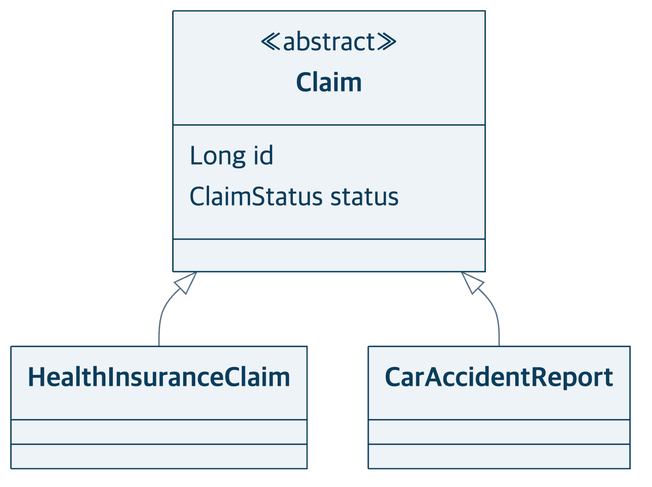
Before: docs/presentation/diagrams/clusters/claim-code.png, a diagram exported from Mermaid (heyoonyoon/distributed-programming). Its source is kept beside it as docs/presentation/diagrams/clusters/claim-code.mmd. Its diagram source:
```mermaid
classDiagram
direction TB
class Claim {
  <<abstract>>
  Long id
  ClaimStatus status
}
class HealthInsuranceClaim
class CarAccidentReport
Claim <|-- HealthInsuranceClaim
Claim <|-- CarAccidentReport
```
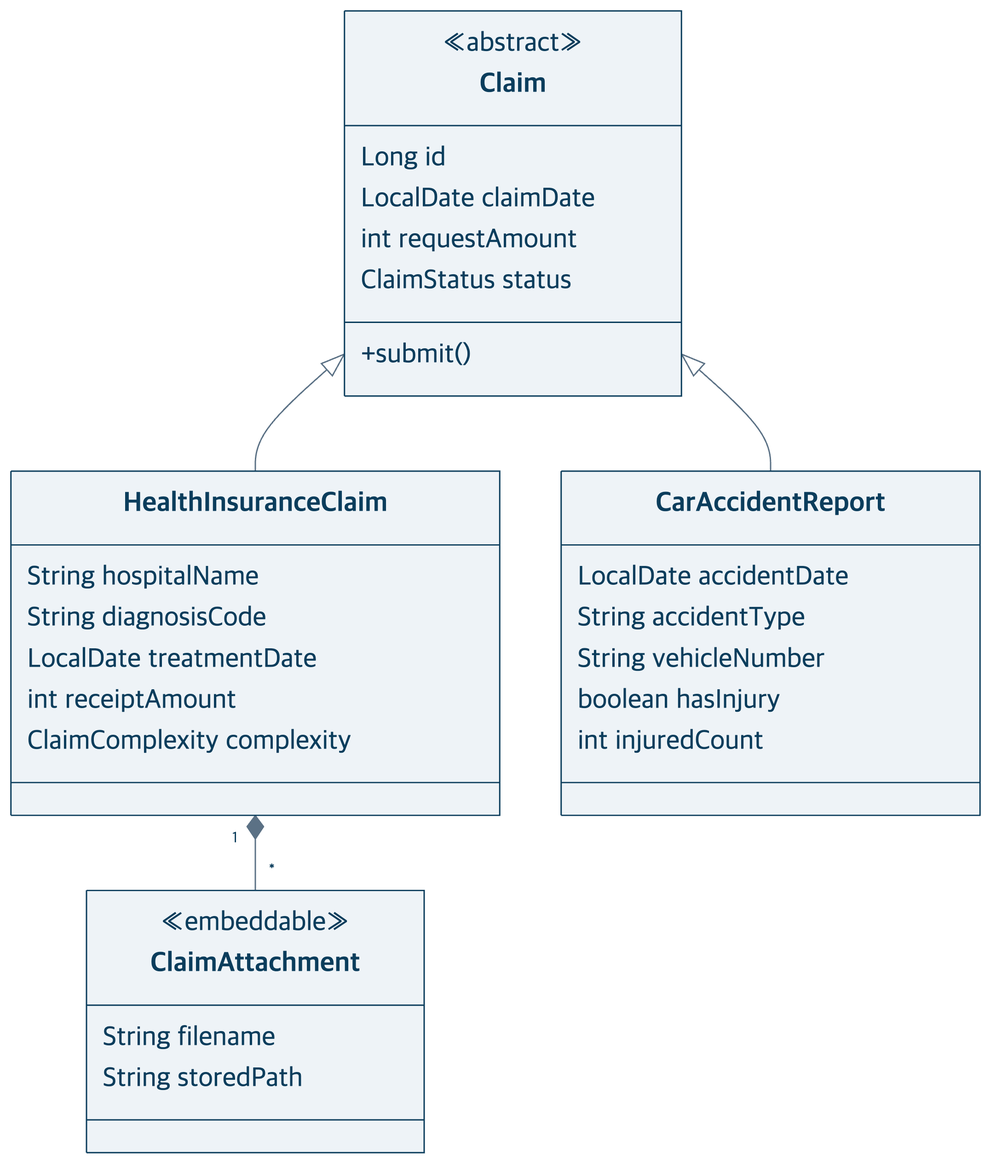
After the change.

Change to the diagram source:
```diff
@@ -3,9 +3,30 @@
 class Claim {
   <<abstract>>
   Long id
+  LocalDate claimDate
+  int requestAmount
   ClaimStatus status
+  +submit()
 }
-class HealthInsuranceClaim
-class CarAccidentReport
+class HealthInsuranceClaim {
+  String hospitalName
+  String diagnosisCode
+  LocalDate treatmentDate
+  int receiptAmount
+  ClaimComplexity complexity
+}
+class CarAccidentReport {
+  LocalDate accidentDate
+  String accidentType
+  String vehicleNumber
+  boolean hasInjury
+  int injuredCount
+}
+class ClaimAttachment {
+  <<embeddable>>
+  String filename
+  String storedPath
+}
 Claim <|-- HealthInsuranceClaim
 Claim <|-- CarAccidentReport
+HealthInsuranceClaim "1" *-- "*" ClaimAttachment
```
